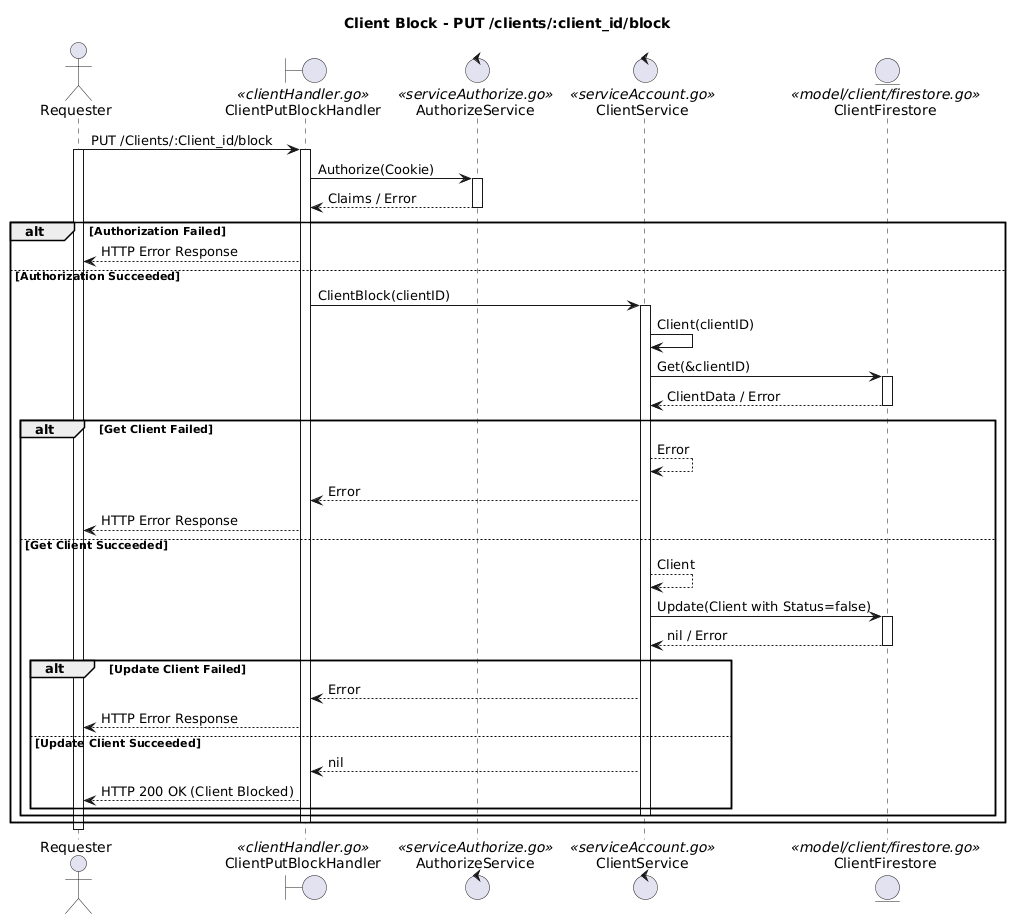
Before: docs/Un(Block)/SequenciaClientBlock.png, a diagram exported from PlantUML (JulioKobayashiEbury/BankingAPI).
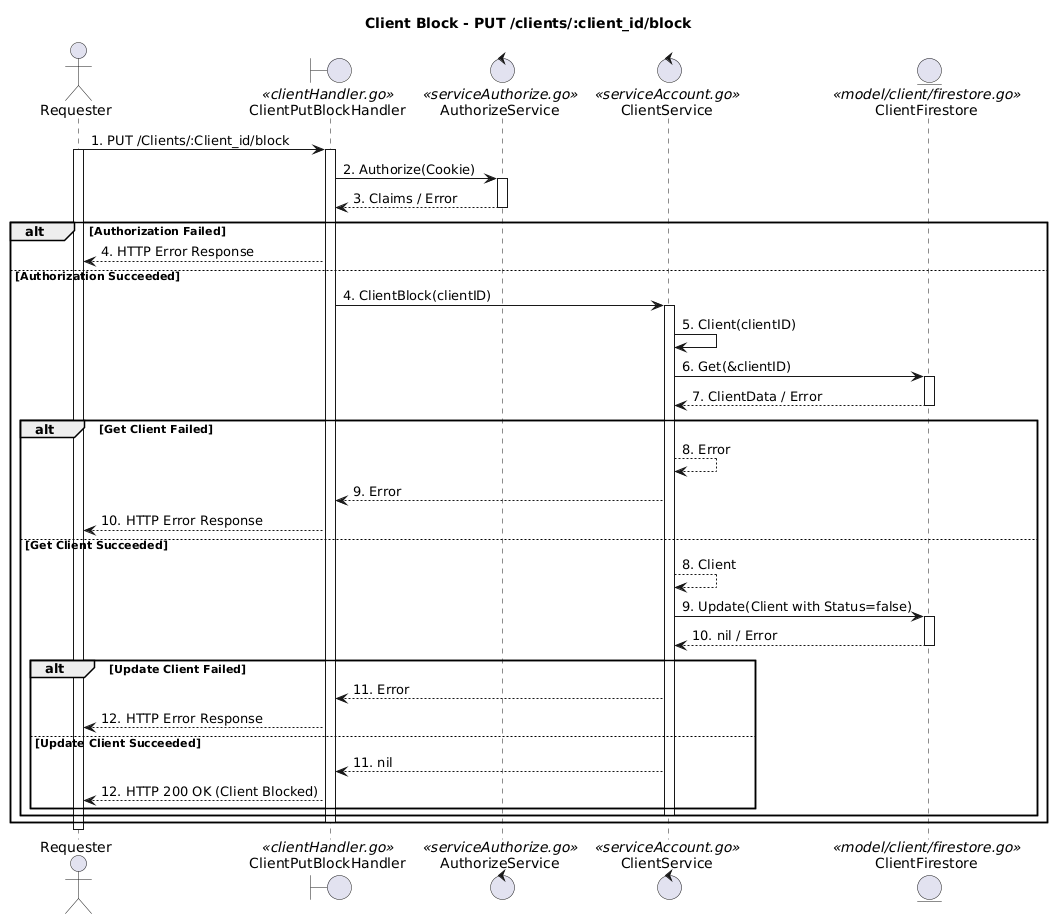
Later version of the same file.

Change to the diagram source:
```diff
@@ -7,39 +7,39 @@
 control ClientService <<serviceAccount.go>>
 entity ClientFirestore <<model/client/firestore.go>>
 
-Requester -> ClientPutBlockHandler : PUT /Clients/:Client_id/block
+Requester -> ClientPutBlockHandler : 1. PUT /Clients/:Client_id/block
 activate Requester
 activate ClientPutBlockHandler
-ClientPutBlockHandler -> AuthorizeService : Authorize(Cookie)
+ClientPutBlockHandler -> AuthorizeService : 2. Authorize(Cookie)
 activate AuthorizeService
-AuthorizeService --> ClientPutBlockHandler : Claims / Error
+AuthorizeService --> ClientPutBlockHandler : 3. Claims / Error
 deactivate AuthorizeService
 alt Authorization Failed
-    ClientPutBlockHandler --> Requester : HTTP Error Response
+    ClientPutBlockHandler --> Requester : 4. HTTP Error Response
 else Authorization Succeeded
-    ClientPutBlockHandler -> ClientService : ClientBlock(clientID)
+    ClientPutBlockHandler -> ClientService : 4. ClientBlock(clientID)
     activate ClientService
-    ClientService -> ClientService : Client(clientID)
-    ClientService -> ClientFirestore : Get(&clientID)
+    ClientService -> ClientService : 5. Client(clientID)
+    ClientService -> ClientFirestore : 6. Get(&clientID)
     activate ClientFirestore
-    ClientFirestore --> ClientService : ClientData / Error
+    ClientFirestore --> ClientService : 7. ClientData / Error
     deactivate ClientFirestore
     alt Get Client Failed
-        ClientService --> ClientService : Error
-        ClientService --> ClientPutBlockHandler : Error
-        ClientPutBlockHandler --> Requester : HTTP Error Response
+        ClientService --> ClientService : 8. Error
+        ClientService --> ClientPutBlockHandler : 9. Error
+        ClientPutBlockHandler --> Requester : 10. HTTP Error Response
     else Get Client Succeeded
-        ClientService --> ClientService : Client
-        ClientService -> ClientFirestore : Update(Client with Status=false)
+        ClientService --> ClientService : 8. Client
+        ClientService -> ClientFirestore : 9. Update(Client with Status=false)
         activate ClientFirestore
-        ClientFirestore --> ClientService : nil / Error
+        ClientFirestore --> ClientService : 10. nil / Error
         deactivate ClientFirestore
         alt Update Client Failed
-            ClientService --> ClientPutBlockHandler : Error
-            ClientPutBlockHandler --> Requester : HTTP Error Response
+            ClientService --> ClientPutBlockHandler : 11. Error
+            ClientPutBlockHandler --> Requester : 12. HTTP Error Response
         else Update Client Succeeded
-            ClientService --> ClientPutBlockHandler : nil
-            ClientPutBlockHandler --> Requester : HTTP 200 OK (Client Blocked)
+            ClientService --> ClientPutBlockHandler : 11. nil
+            ClientPutBlockHandler --> Requester : 12. HTTP 200 OK (Client Blocked)
         end
         deactivate ClientService
     end
```
